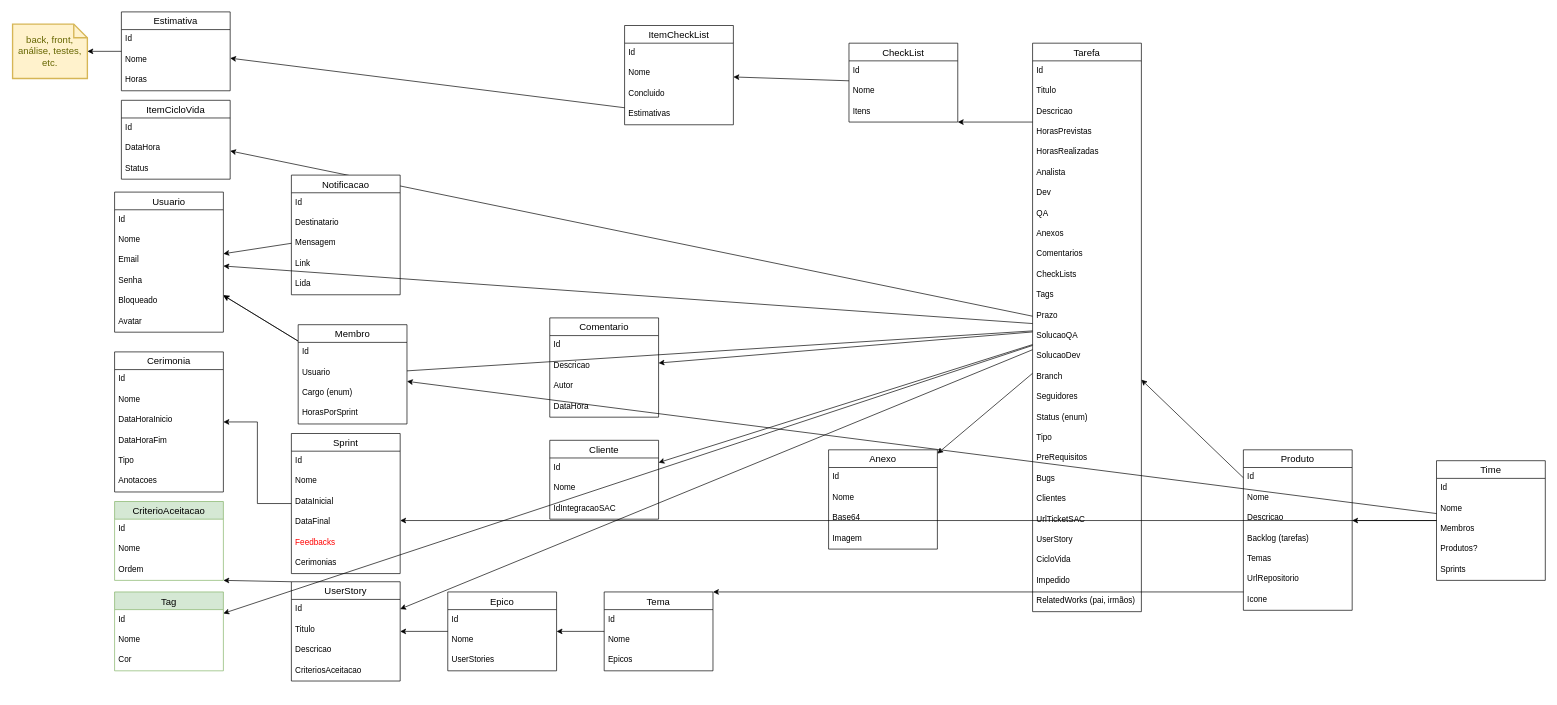
Above: page "ordem" (2 of 2) of Agilis-Back/docs/Untitled Diagram.drawio in ddsdaniel/Agilis (draw.io), before the change. Source tidied: cells renumbered, new cells numbered last; positions are measured from the earlier drawing's top-left corner, leaving out a move shared by most shapes. Both pictures are drawn from the tidied source at 68%, with x=0, y=0 at pixel (12, 12).
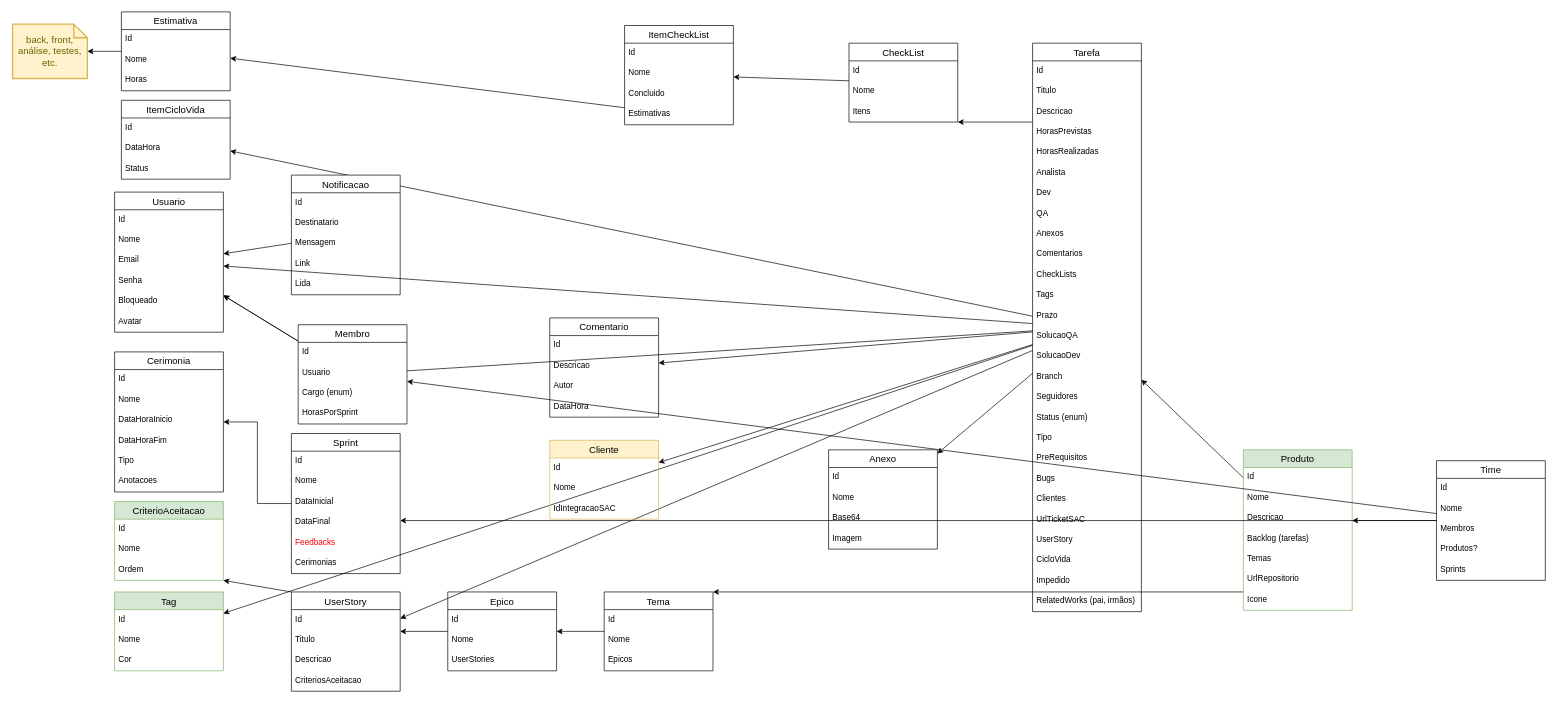
After the change.

Unchanged cells that the change refers to:
```xml
<mxCell id="52" value="CriterioAceitacao" style="swimlane;fontStyle=0;horizontal=1;startSize=26;align=center;fontSize=14;fillColor=#d5e8d4;strokeColor=#82b366;" parent="1" vertex="1">
  <mxGeometry x="150" y="720" width="160" height="116" as="geometry" />
</mxCell>
```

Change to the diagram source:
```diff
@@
-    <mxCell id="12" value="Produto" style="swimlane;fontStyle=0;horizontal=1;startSize=26;align=center;fontSize=14;" parent="1" vertex="1">
+    <mxCell id="12" value="Produto" style="swimlane;fontStyle=0;horizontal=1;startSize=26;align=center;fontSize=14;fillColor=#d5e8d4;strokeColor=#82b366;" parent="1" vertex="1">
       <mxGeometry x="1810" y="644" width="160" height="236" as="geometry" />
     </mxCell>
@@
-    <mxCell id="46" style="edgeStyle=orthogonalEdgeStyle;rounded=0;jettySize=auto;html=1;noEdgeStyle=1;orthogonal=1;" parent="1" edge="1" source="47" target="52">
+    <mxCell id="46" style="rounded=0;jettySize=auto;html=1;orthogonal=1;" parent="1" edge="1" source="47" target="52">
       <mxGeometry relative="1" as="geometry" />
     </mxCell>
     <mxCell id="47" value="UserStory" style="swimlane;fontStyle=0;horizontal=1;startSize=26;align=center;fontSize=14;" parent="1" vertex="1">
-      <mxGeometry x="410" y="838" width="160" height="146" as="geometry" />
+      <mxGeometry x="410" y="853" width="160" height="146" as="geometry" />
     </mxCell>
@@
-    <mxCell id="117" value="Cliente" style="swimlane;fontStyle=0;horizontal=1;startSize=26;align=center;fontSize=14;" parent="1" vertex="1">
+    <mxCell id="117" value="Cliente" style="swimlane;fontStyle=0;horizontal=1;startSize=26;align=center;fontSize=14;fillColor=#fff2cc;strokeColor=#d6b656;" parent="1" vertex="1">
       <mxGeometry x="790" y="630" width="160" height="116" as="geometry" />
     </mxCell>
```
